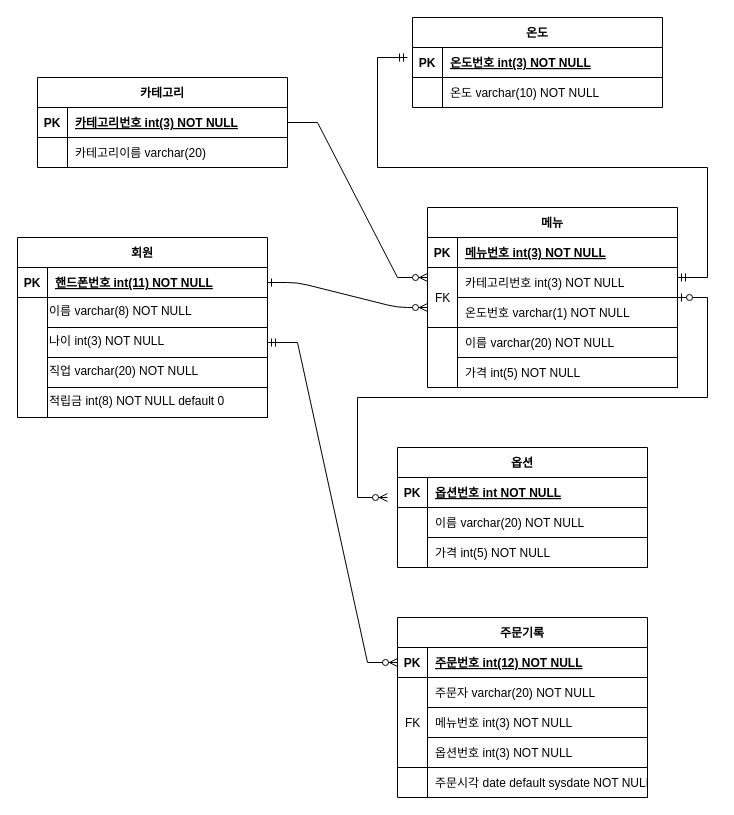
Before: physical_ERD.drawio in jdohun/22-1Database, a draw.io diagram. Source tidied: cells renumbered, new cells numbered last; positions are measured from the earlier drawing's top-left corner, leaving out a move shared by most shapes. Both pictures are drawn from the tidied source at 100%, with x=0, y=0 at pixel (17, 17).
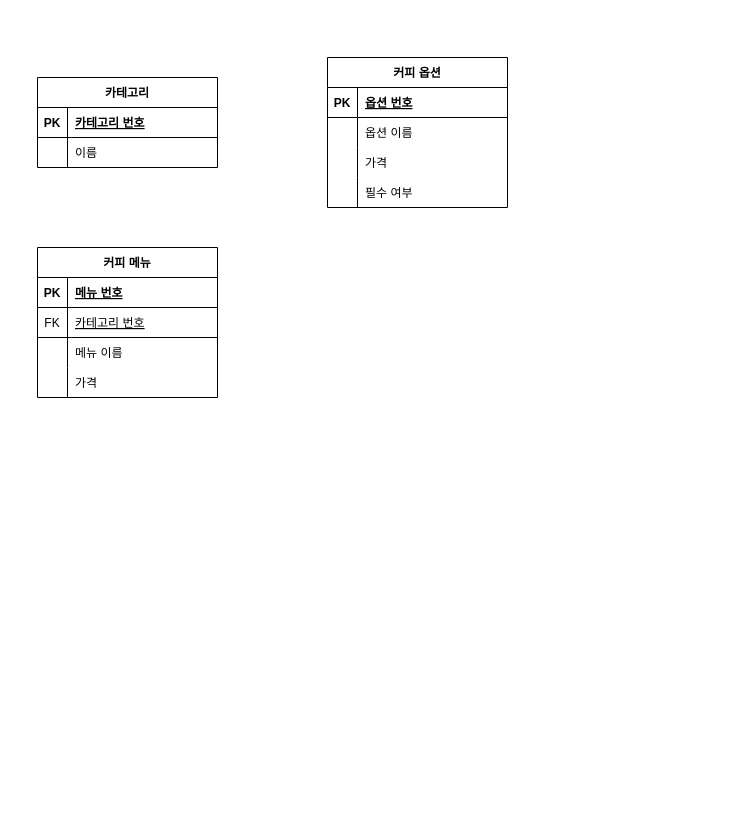
The same page after the edit.

The edit, as a diff of the source:
```diff
@@
-    <mxCell id="2" style="edgeStyle=entityRelationEdgeStyle;endArrow=ERzeroToMany;startArrow=ERone;endFill=1;startFill=0;" parent="1" edge="1" source="8">
-      <mxGeometry relative="1" as="geometry">
-        <mxPoint x="410" y="290" as="targetPoint" />
-      </mxGeometry>
-    </mxCell>
-    <mxCell id="3" value="옵션" style="shape=table;startSize=30;childLayout=tableLayout;rowLines=0;fontStyle=1;align=center;" parent="1" vertex="1">
-      <mxGeometry x="380" y="430" width="250" height="120" as="geometry" />
-    </mxCell>
-    <mxCell id="4" style="shape=partialRectangle;fillColor=none;top=0;left=0;right=0;bottom=1;" parent="3" vertex="1">
-      <mxGeometry y="30" width="250" height="30" as="geometry" />
-    </mxCell>
-    <mxCell id="5" value="PK" style="shape=partialRectangle;overflow=hidden;fillColor=none;top=0;left=0;bottom=0;right=0;fontStyle=1;" parent="4" vertex="1">
-      <mxGeometry width="30" height="30" as="geometry" />
-    </mxCell>
-    <mxCell id="6" value="옵션번호 int NOT NULL " style="shape=partialRectangle;overflow=hidden;fillColor=none;top=0;left=0;bottom=0;right=0;align=left;spacingLeft=6;fontStyle=5;" parent="4" vertex="1">
-      <mxGeometry x="30" width="220" height="30" as="geometry" />
-    </mxCell>
-    <mxCell id="7" value="회원" style="shape=table;startSize=30;childLayout=tableLayout;rowLines=0;fontStyle=1;align=center;" parent="1" vertex="1">
-      <mxGeometry y="220" width="250" height="180" as="geometry" />
-    </mxCell>
-    <mxCell id="8" style="shape=partialRectangle;fillColor=none;points=[[0,0.5],[1,0.5]];portConstraint=eastwest;top=0;left=0;right=0;bottom=1;" parent="7" vertex="1">
-      <mxGeometry y="30" width="250" height="30" as="geometry" />
-    </mxCell>
-    <mxCell id="9" value="PK" style="shape=partialRectangle;overflow=hidden;fillColor=none;top=0;left=0;bottom=0;right=0;fontStyle=1;" parent="8" vertex="1">
-      <mxGeometry width="30" height="30" as="geometry" />
-    </mxCell>
-    <mxCell id="10" value="핸드폰번호 int(11) NOT NULL " style="shape=partialRectangle;overflow=hidden;fillColor=none;top=0;left=0;bottom=0;right=0;align=left;spacingLeft=6;fontStyle=5;" parent="8" vertex="1">
-      <mxGeometry x="30" width="220" height="30" as="geometry" />
-    </mxCell>
-    <mxCell id="11" style="shape=partialRectangle;fillColor=none;top=0;left=0;right=0;bottom=0;" parent="7" vertex="1">
-      <mxGeometry y="60" width="250" height="30" as="geometry" />
-    </mxCell>
-    <mxCell id="12" style="shape=partialRectangle;overflow=hidden;fillColor=none;top=0;left=0;bottom=0;right=0;" parent="11" vertex="1">
-      <mxGeometry width="30" height="30" as="geometry" />
-    </mxCell>
-    <mxCell id="13" style="shape=partialRectangle;overflow=hidden;fillColor=none;top=0;left=0;bottom=0;right=0;align=left;spacingLeft=6;labelBorderColor=default;shadow=0;sketch=0;" parent="11" vertex="1">
-      <mxGeometry x="30" width="220" height="30" as="geometry" />
-    </mxCell>
-    <mxCell id="14" value="&lt;span style=&quot;&quot;&gt;이름 varchar(8) NOT NULL&lt;/span&gt;" style="text;whiteSpace=wrap;html=1;fontColor=#000000;strokeColor=default;" parent="1" vertex="1">
-      <mxGeometry x="30" y="280" width="220" height="30" as="geometry" />
-    </mxCell>
-    <mxCell id="15" value="&lt;span style=&quot;&quot;&gt;나이 int(3) NOT NULL&lt;/span&gt;" style="text;whiteSpace=wrap;html=1;fontColor=#000000;strokeColor=default;" parent="1" vertex="1">
-      <mxGeometry x="30" y="310" width="220" height="30" as="geometry" />
-    </mxCell>
-    <mxCell id="16" value="&lt;span style=&quot;&quot;&gt;직업 varchar(20) NOT NULL&lt;/span&gt;" style="text;whiteSpace=wrap;html=1;fontColor=#000000;strokeColor=default;" parent="1" vertex="1">
-      <mxGeometry x="30" y="340" width="220" height="30" as="geometry" />
-    </mxCell>
-    <mxCell id="17" value="&lt;span style=&quot;&quot;&gt;적립금 int(8) NOT NULL default 0&lt;/span&gt;" style="text;whiteSpace=wrap;html=1;fontColor=#000000;strokeColor=default;" parent="1" vertex="1">
-      <mxGeometry x="30" y="370" width="220" height="30" as="geometry" />
-    </mxCell>
     <mxCell id="18" value="카테고리" style="shape=table;startSize=30;childLayout=tableLayout;rowLines=0;fontStyle=1;align=center;" parent="1" vertex="1">
-      <mxGeometry x="20" y="60" width="250" height="90" as="geometry" />
+      <mxGeometry x="20" y="60" width="180" height="90" as="geometry" />
     </mxCell>
-    <mxCell id="19" style="shape=partialRectangle;fillColor=none;points=[[0,0.5],[1,0.5]];portConstraint=eastwest;top=0;left=0;right=0;bottom=1;" parent="18" vertex="1">
-      <mxGeometry y="30" width="250" height="30" as="geometry" />
-    </mxCell>
-    <mxCell id="20" value="PK" style="shape=partialRectangle;overflow=hidden;fillColor=none;top=0;left=0;bottom=0;right=0;fontStyle=1;" parent="19" vertex="1">
-      <mxGeometry width="30" height="30" as="geometry" />
-    </mxCell>
-    <mxCell id="21" value="카테고리번호 int(3) NOT NULL " style="shape=partialRectangle;overflow=hidden;fillColor=none;top=0;left=0;bottom=0;right=0;align=left;spacingLeft=6;fontStyle=5;" parent="19" vertex="1">
-      <mxGeometry x="30" width="220" height="30" as="geometry" />
-    </mxCell>
-    <mxCell id="22" style="shape=partialRectangle;fillColor=none;top=0;left=0;right=0;bottom=0;" parent="18" vertex="1">
-      <mxGeometry y="60" width="250" height="30" as="geometry" />
-    </mxCell>
-    <mxCell id="23" style="shape=partialRectangle;overflow=hidden;fillColor=none;top=0;left=0;bottom=0;right=0;" parent="22" vertex="1">
-      <mxGeometry width="30" height="30" as="geometry" />
-    </mxCell>
-    <mxCell id="24" style="shape=partialRectangle;overflow=hidden;fillColor=none;top=0;left=0;bottom=0;right=0;align=left;spacingLeft=6;labelBorderColor=default;shadow=0;sketch=0;" parent="22" vertex="1">
-      <mxGeometry x="30" width="220" height="30" as="geometry" />
-    </mxCell>
-    <mxCell id="25" value="카테고리이름 varchar(20)" style="shape=partialRectangle;overflow=hidden;fillColor=none;top=0;left=0;bottom=0;right=0;align=left;spacingLeft=6;fontStyle=0;" parent="1" vertex="1">
-      <mxGeometry x="50" y="120" width="220" height="30" as="geometry" />
-    </mxCell>
-    <mxCell id="26" value="온도" style="shape=table;startSize=30;childLayout=tableLayout;rowLines=0;fontStyle=1;align=center;" parent="1" vertex="1">
-      <mxGeometry x="395" width="250" height="90" as="geometry" />
-    </mxCell>
-    <mxCell id="27" style="shape=partialRectangle;fillColor=none;top=0;left=0;right=0;bottom=1;" parent="26" vertex="1">
-      <mxGeometry y="30" width="250" height="30" as="geometry" />
-    </mxCell>
-    <mxCell id="28" value="PK" style="shape=partialRectangle;overflow=hidden;fillColor=none;top=0;left=0;bottom=0;right=0;fontStyle=1;" parent="27" vertex="1">
-      <mxGeometry width="30" height="30" as="geometry" />
-    </mxCell>
-    <mxCell id="29" value="온도번호 int(3) NOT NULL " style="shape=partialRectangle;overflow=hidden;fillColor=none;top=0;left=0;bottom=0;right=0;align=left;spacingLeft=6;fontStyle=5;" parent="27" vertex="1">
-      <mxGeometry x="30" width="220" height="30" as="geometry" />
-    </mxCell>
-    <mxCell id="30" style="shape=partialRectangle;fillColor=none;top=0;left=0;right=0;bottom=0;" parent="26" vertex="1">
-      <mxGeometry y="60" width="250" height="30" as="geometry" />
-    </mxCell>
-    <mxCell id="31" style="shape=partialRectangle;overflow=hidden;fillColor=none;top=0;left=0;bottom=0;right=0;" parent="30" vertex="1">
-      <mxGeometry width="30" height="30" as="geometry" />
-    </mxCell>
-    <mxCell id="32" style="shape=partialRectangle;overflow=hidden;fillColor=none;top=0;left=0;bottom=0;right=0;align=left;spacingLeft=6;labelBorderColor=default;shadow=0;sketch=0;" parent="30" vertex="1">
-      <mxGeometry x="30" width="220" height="30" as="geometry" />
-    </mxCell>
-    <mxCell id="33" value="온도 varchar(10) NOT NULL" style="shape=partialRectangle;overflow=hidden;fillColor=none;top=0;left=0;bottom=0;right=0;align=left;spacingLeft=6;fontStyle=0;" parent="1" vertex="1">
-      <mxGeometry x="425" y="60" width="220" height="30" as="geometry" />
-    </mxCell>
-    <mxCell id="34" value="메뉴" style="shape=table;startSize=30;childLayout=tableLayout;rowLines=0;fontStyle=1;align=center;" parent="1" vertex="1">
-      <mxGeometry x="410" y="190" width="250" height="180" as="geometry" />
-    </mxCell>
-    <mxCell id="35" style="shape=partialRectangle;fillColor=none;top=0;left=0;right=0;bottom=1;" parent="34" vertex="1">
-      <mxGeometry y="30" width="250" height="30" as="geometry" />
-    </mxCell>
-    <mxCell id="36" value="PK" style="shape=partialRectangle;overflow=hidden;fillColor=none;top=0;left=0;bottom=0;right=0;fontStyle=1;" parent="35" vertex="1">
-      <mxGeometry width="30" height="30" as="geometry" />
-    </mxCell>
-    <mxCell id="37" value="메뉴번호 int(3) NOT NULL " style="shape=partialRectangle;overflow=hidden;fillColor=none;top=0;left=0;bottom=0;right=0;align=left;spacingLeft=6;fontStyle=5;" parent="35" vertex="1">
-      <mxGeometry x="30" width="220" height="30" as="geometry" />
-    </mxCell>
-    <mxCell id="38" style="shape=partialRectangle;fillColor=none;top=0;left=0;right=0;bottom=0;" parent="34" vertex="1">
-      <mxGeometry y="60" width="250" height="30" as="geometry" />
-    </mxCell>
-    <mxCell id="39" style="shape=partialRectangle;overflow=hidden;fillColor=none;top=0;left=0;bottom=0;right=0;" parent="38" vertex="1">
-      <mxGeometry width="30" height="30" as="geometry" />
-    </mxCell>
-    <mxCell id="40" style="shape=partialRectangle;overflow=hidden;fillColor=none;top=0;left=0;bottom=0;right=0;align=left;spacingLeft=6;labelBorderColor=default;shadow=0;sketch=0;" parent="38" vertex="1">
-      <mxGeometry x="30" width="220" height="30" as="geometry" />
-    </mxCell>
-    <mxCell id="41" value="카테고리번호 int(3) NOT NULL" style="shape=partialRectangle;overflow=hidden;fillColor=none;top=1;left=1;bottom=1;right=1;align=left;spacingLeft=6;fontStyle=0;" parent="1" vertex="1">
-      <mxGeometry x="440" y="250" width="220" height="30" as="geometry" />
-    </mxCell>
-    <mxCell id="42" value="온도번호 varchar(1) NOT NULL" style="shape=partialRectangle;overflow=hidden;fillColor=none;top=1;left=1;bottom=1;right=1;align=left;spacingLeft=6;fontStyle=0;" parent="1" vertex="1">
-      <mxGeometry x="440" y="280" width="220" height="30" as="geometry" />
-    </mxCell>
-    <mxCell id="43" value="FK" style="shape=partialRectangle;overflow=hidden;fillColor=none;top=1;left=1;bottom=1;right=1;align=left;spacingLeft=6;fontStyle=0;" parent="1" vertex="1">
-      <mxGeometry x="410" y="250" width="30" height="60" as="geometry" />
-    </mxCell>
-    <mxCell id="44" value="이름 varchar(20) NOT NULL" style="shape=partialRectangle;overflow=hidden;fillColor=none;top=1;left=1;bottom=1;right=1;align=left;spacingLeft=6;fontStyle=0;" parent="1" vertex="1">
-      <mxGeometry x="440" y="310" width="220" height="30" as="geometry" />
-    </mxCell>
-    <mxCell id="45" value="가격 int(5) NOT NULL" style="shape=partialRectangle;overflow=hidden;fillColor=none;top=1;left=1;bottom=1;right=1;align=left;spacingLeft=6;fontStyle=0;" parent="1" vertex="1">
-      <mxGeometry x="440" y="340" width="220" height="30" as="geometry" />
-    </mxCell>
-    <mxCell id="46" value="이름 varchar(20) NOT NULL" style="shape=partialRectangle;overflow=hidden;fillColor=none;top=1;left=1;bottom=1;right=1;align=left;spacingLeft=6;" parent="1" vertex="1">
-      <mxGeometry x="410" y="490" width="220" height="30" as="geometry" />
-    </mxCell>
-    <mxCell id="47" value="가격 int(5) NOT NULL" style="shape=partialRectangle;overflow=hidden;fillColor=none;top=1;left=1;bottom=1;right=1;align=left;spacingLeft=6;fontStyle=0;" parent="1" vertex="1">
-      <mxGeometry x="410" y="520" width="220" height="30" as="geometry" />
-    </mxCell>
-    <mxCell id="48" value="주문기록" style="shape=table;startSize=30;childLayout=tableLayout;rowLines=0;fontStyle=1;align=center;" parent="1" vertex="1">
-      <mxGeometry x="380" y="600" width="250" height="180" as="geometry" />
-    </mxCell>
-    <mxCell id="49" style="shape=partialRectangle;fillColor=none;points=[[0,0.5],[1,0.5]];portConstraint=eastwest;top=0;left=0;right=0;bottom=1;" parent="48" vertex="1">
-      <mxGeometry y="30" width="250" height="30" as="geometry" />
-    </mxCell>
-    <mxCell id="50" value="PK" style="shape=partialRectangle;overflow=hidden;fillColor=none;top=0;left=0;bottom=0;right=0;fontStyle=1;" parent="49" vertex="1">
-      <mxGeometry width="30" height="30" as="geometry" />
-    </mxCell>
-    <mxCell id="51" value="주문번호 int(12) NOT NULL " style="shape=partialRectangle;overflow=hidden;fillColor=none;top=0;left=0;bottom=0;right=0;align=left;spacingLeft=6;fontStyle=5;" parent="49" vertex="1">
-      <mxGeometry x="30" width="220" height="30" as="geometry" />
-    </mxCell>
-    <mxCell id="52" value="주문자 varchar(20) NOT NULL" style="shape=partialRectangle;overflow=hidden;fillColor=none;top=1;left=1;bottom=1;right=1;align=left;spacingLeft=6;" parent="1" vertex="1">
-      <mxGeometry x="410" y="660" width="220" height="30" as="geometry" />
-    </mxCell>
-    <mxCell id="53" value="메뉴번호 int(3) NOT NULL" style="shape=partialRectangle;overflow=hidden;fillColor=none;top=1;left=1;bottom=1;right=1;align=left;spacingLeft=6;fontStyle=0;" parent="1" vertex="1">
-      <mxGeometry x="410" y="690" width="220" height="30" as="geometry" />
-    </mxCell>
-    <mxCell id="54" value="FK" style="shape=partialRectangle;overflow=hidden;fillColor=none;top=1;left=1;bottom=1;right=1;align=left;spacingLeft=6;fontStyle=0;" parent="1" vertex="1">
-      <mxGeometry x="380" y="660" width="30" height="90" as="geometry" />
-    </mxCell>
-    <mxCell id="55" value="옵션번호 int(3) NOT NULL" style="shape=partialRectangle;overflow=hidden;fillColor=none;top=1;left=1;bottom=1;right=1;align=left;spacingLeft=6;fontStyle=0;" parent="1" vertex="1">
-      <mxGeometry x="410" y="720" width="220" height="30" as="geometry" />
-    </mxCell>
-    <mxCell id="56" value="주문시각 date default sysdate NOT NULL" style="shape=partialRectangle;overflow=hidden;fillColor=none;top=1;left=1;bottom=1;right=1;align=left;spacingLeft=6;fontStyle=0;" parent="1" vertex="1">
-      <mxGeometry x="410" y="750" width="220" height="30" as="geometry" />
-    </mxCell>
-    <mxCell id="57" style="edgeStyle=entityRelationEdgeStyle;fontSize=12;html=1;endArrow=ERzeroToMany;endFill=1;rounded=0;fontFamily=Helvetica;fontColor=default;exitX=1;exitY=0.5;exitDx=0;exitDy=0;" parent="1" edge="1" source="19">
-      <mxGeometry relative="1" as="geometry">
-        <mxPoint x="410" y="260" as="targetPoint" />
-      </mxGeometry>
-    </mxCell>
-    <mxCell id="58" style="edgeStyle=entityRelationEdgeStyle;fontSize=12;html=1;endArrow=ERmandOne;startArrow=ERmandOne;rounded=0;fontFamily=Helvetica;fontColor=default;" parent="1" edge="1">
-      <mxGeometry relative="1" as="geometry">
-        <mxPoint x="660" y="260" as="sourcePoint" />
-        <mxPoint x="390" y="40" as="targetPoint" />
-      </mxGeometry>
-    </mxCell>
-    <mxCell id="59" style="edgeStyle=entityRelationEdgeStyle;fontSize=12;html=1;endArrow=ERzeroToMany;startArrow=ERzeroToOne;rounded=0;fontFamily=Helvetica;fontColor=default;" parent="1" edge="1">
-      <mxGeometry relative="1" as="geometry">
-        <mxPoint x="660" y="280" as="sourcePoint" />
-        <mxPoint x="370" y="480" as="targetPoint" />
-      </mxGeometry>
-    </mxCell>
-    <mxCell id="60" style="edgeStyle=entityRelationEdgeStyle;fontSize=12;html=1;endArrow=ERzeroToMany;startArrow=ERmandOne;rounded=0;fontFamily=Helvetica;fontColor=default;exitX=1;exitY=0.5;exitDx=0;exitDy=0;entryX=0;entryY=0.5;entryDx=0;entryDy=0;" parent="1" edge="1" source="15" target="49">
-      <mxGeometry relative="1" as="geometry" />
-    </mxCell>
+    <mxCell id="61" style="shape=tableRow;horizontal=0;startSize=0;swimlaneHead=0;swimlaneBody=0;fillColor=none;top=0;left=0;right=0;bottom=1;" parent="18" vertex="1">
+      <mxGeometry y="30" width="180" height="30" as="geometry" />
+    </mxCell>
+    <mxCell id="62" value="PK" style="shape=partialRectangle;fillColor=none;top=0;left=0;bottom=0;right=0;fontStyle=1;overflow=hidden;" parent="61" vertex="1">
+      <mxGeometry width="30" height="30" as="geometry" />
+    </mxCell>
+    <mxCell id="63" value="카테고리 번호" style="shape=partialRectangle;fillColor=none;top=0;left=0;bottom=0;right=0;align=left;spacingLeft=6;fontStyle=5;overflow=hidden;" parent="61" vertex="1">
+      <mxGeometry x="30" width="150" height="30" as="geometry" />
+    </mxCell>
+    <mxCell id="64" style="shape=tableRow;horizontal=0;startSize=0;swimlaneHead=0;swimlaneBody=0;fillColor=none;top=0;left=0;right=0;bottom=0;" parent="18" vertex="1">
+      <mxGeometry y="60" width="180" height="30" as="geometry" />
+    </mxCell>
+    <mxCell id="65" style="shape=partialRectangle;fillColor=none;top=0;left=0;bottom=0;right=0;overflow=hidden;" parent="64" vertex="1">
+      <mxGeometry width="30" height="30" as="geometry" />
+    </mxCell>
+    <mxCell id="66" value="이름" style="shape=partialRectangle;fillColor=none;top=0;left=0;bottom=0;right=0;align=left;spacingLeft=6;overflow=hidden;" parent="64" vertex="1">
+      <mxGeometry x="30" width="150" height="30" as="geometry" />
+    </mxCell>
+    <mxCell id="67" value="커피 메뉴" style="shape=table;startSize=30;childLayout=tableLayout;rowLines=0;fontStyle=1;align=center;" parent="1" vertex="1">
+      <mxGeometry x="20" y="230" width="180" height="150" as="geometry" />
+    </mxCell>
+    <mxCell id="68" style="shape=tableRow;horizontal=0;startSize=0;swimlaneHead=0;swimlaneBody=0;fillColor=none;top=0;left=0;right=0;bottom=1;" parent="67" vertex="1">
+      <mxGeometry y="30" width="180" height="30" as="geometry" />
+    </mxCell>
+    <mxCell id="69" value="PK" style="shape=partialRectangle;fillColor=none;top=0;left=0;bottom=0;right=0;fontStyle=1;overflow=hidden;" parent="68" vertex="1">
+      <mxGeometry width="30" height="30" as="geometry" />
+    </mxCell>
+    <mxCell id="70" value="메뉴 번호" style="shape=partialRectangle;fillColor=none;top=0;left=0;bottom=0;right=0;align=left;spacingLeft=6;fontStyle=5;overflow=hidden;" parent="68" vertex="1">
+      <mxGeometry x="30" width="150" height="30" as="geometry" />
+    </mxCell>
+    <mxCell id="71" style="shape=tableRow;horizontal=0;startSize=0;swimlaneHead=0;swimlaneBody=0;fillColor=none;top=0;left=0;right=0;bottom=1;" parent="67" vertex="1">
+      <mxGeometry y="60" width="180" height="30" as="geometry" />
+    </mxCell>
+    <mxCell id="72" value="FK" style="shape=partialRectangle;fillColor=none;top=0;left=0;bottom=0;right=0;fontStyle=0;overflow=hidden;" parent="71" vertex="1">
+      <mxGeometry width="30" height="30" as="geometry" />
+    </mxCell>
+    <mxCell id="73" value="카테고리 번호" style="shape=partialRectangle;fillColor=none;top=0;left=0;bottom=0;right=0;align=left;spacingLeft=6;fontStyle=4;overflow=hidden;" parent="71" vertex="1">
+      <mxGeometry x="30" width="150" height="30" as="geometry" />
+    </mxCell>
+    <mxCell id="74" style="shape=tableRow;horizontal=0;startSize=0;swimlaneHead=0;swimlaneBody=0;fillColor=none;top=0;left=0;right=0;bottom=0;" parent="67" vertex="1">
+      <mxGeometry y="90" width="180" height="30" as="geometry" />
+    </mxCell>
+    <mxCell id="75" style="shape=partialRectangle;fillColor=none;top=0;left=0;bottom=0;right=0;overflow=hidden;" parent="74" vertex="1">
+      <mxGeometry width="30" height="30" as="geometry" />
+    </mxCell>
+    <mxCell id="76" value="메뉴 이름" style="shape=partialRectangle;fillColor=none;top=0;left=0;bottom=0;right=0;align=left;spacingLeft=6;overflow=hidden;" parent="74" vertex="1">
+      <mxGeometry x="30" width="150" height="30" as="geometry" />
+    </mxCell>
+    <mxCell id="77" style="shape=tableRow;horizontal=0;startSize=0;swimlaneHead=0;swimlaneBody=0;fillColor=none;top=0;left=0;right=0;bottom=0;" parent="67" vertex="1">
+      <mxGeometry y="120" width="180" height="30" as="geometry" />
+    </mxCell>
+    <mxCell id="78" style="shape=partialRectangle;fillColor=none;top=0;left=0;bottom=0;right=0;overflow=hidden;" parent="77" vertex="1">
+      <mxGeometry width="30" height="30" as="geometry" />
+    </mxCell>
+    <mxCell id="79" value="가격" style="shape=partialRectangle;fillColor=none;top=0;left=0;bottom=0;right=0;align=left;spacingLeft=6;overflow=hidden;" parent="77" vertex="1">
+      <mxGeometry x="30" width="150" height="30" as="geometry" />
+    </mxCell>
+    <mxCell id="80" value="커피 옵션" style="shape=table;startSize=30;childLayout=tableLayout;rowLines=0;fontStyle=1;align=center;" parent="1" vertex="1">
+      <mxGeometry x="310" y="40" width="180" height="150" as="geometry" />
+    </mxCell>
+    <mxCell id="81" style="shape=tableRow;horizontal=0;startSize=0;swimlaneHead=0;swimlaneBody=0;fillColor=none;top=0;left=0;right=0;bottom=1;" parent="80" vertex="1">
+      <mxGeometry y="30" width="180" height="30" as="geometry" />
+    </mxCell>
+    <mxCell id="82" value="PK" style="shape=partialRectangle;fillColor=none;top=0;left=0;bottom=0;right=0;fontStyle=1;overflow=hidden;" parent="81" vertex="1">
+      <mxGeometry width="30" height="30" as="geometry" />
+    </mxCell>
+    <mxCell id="83" value="옵션 번호" style="shape=partialRectangle;fillColor=none;top=0;left=0;bottom=0;right=0;align=left;spacingLeft=6;fontStyle=5;overflow=hidden;" parent="81" vertex="1">
+      <mxGeometry x="30" width="150" height="30" as="geometry" />
+    </mxCell>
+    <mxCell id="84" style="shape=tableRow;horizontal=0;startSize=0;swimlaneHead=0;swimlaneBody=0;fillColor=none;top=0;left=0;right=0;bottom=0;" parent="80" vertex="1">
+      <mxGeometry y="60" width="180" height="30" as="geometry" />
+    </mxCell>
+    <mxCell id="85" style="shape=partialRectangle;fillColor=none;top=0;left=0;bottom=0;right=0;overflow=hidden;" parent="84" vertex="1">
+      <mxGeometry width="30" height="30" as="geometry" />
+    </mxCell>
+    <mxCell id="86" value="옵션 이름" style="shape=partialRectangle;fillColor=none;top=0;left=0;bottom=0;right=0;align=left;spacingLeft=6;overflow=hidden;" parent="84" vertex="1">
+      <mxGeometry x="30" width="150" height="30" as="geometry" />
+    </mxCell>
+    <mxCell id="87" style="shape=tableRow;horizontal=0;startSize=0;swimlaneHead=0;swimlaneBody=0;fillColor=none;top=0;left=0;right=0;bottom=0;" parent="80" vertex="1">
+      <mxGeometry y="90" width="180" height="30" as="geometry" />
+    </mxCell>
+    <mxCell id="88" style="shape=partialRectangle;fillColor=none;top=0;left=0;bottom=0;right=0;overflow=hidden;" parent="87" vertex="1">
+      <mxGeometry width="30" height="30" as="geometry" />
+    </mxCell>
+    <mxCell id="89" value="가격" style="shape=partialRectangle;fillColor=none;top=0;left=0;bottom=0;right=0;align=left;spacingLeft=6;overflow=hidden;" parent="87" vertex="1">
+      <mxGeometry x="30" width="150" height="30" as="geometry" />
+    </mxCell>
+    <mxCell id="90" style="shape=tableRow;horizontal=0;startSize=0;swimlaneHead=0;swimlaneBody=0;fillColor=none;top=0;left=0;right=0;bottom=0;" parent="80" vertex="1">
+      <mxGeometry y="120" width="180" height="30" as="geometry" />
+    </mxCell>
+    <mxCell id="91" style="shape=partialRectangle;fillColor=none;top=0;left=0;bottom=0;right=0;overflow=hidden;" parent="90" vertex="1">
+      <mxGeometry width="30" height="30" as="geometry" />
+    </mxCell>
+    <mxCell id="92" value="필수 여부" style="shape=partialRectangle;fillColor=none;top=0;left=0;bottom=0;right=0;align=left;spacingLeft=6;overflow=hidden;" parent="90" vertex="1">
+      <mxGeometry x="30" width="150" height="30" as="geometry" />
+    </mxCell>
```
